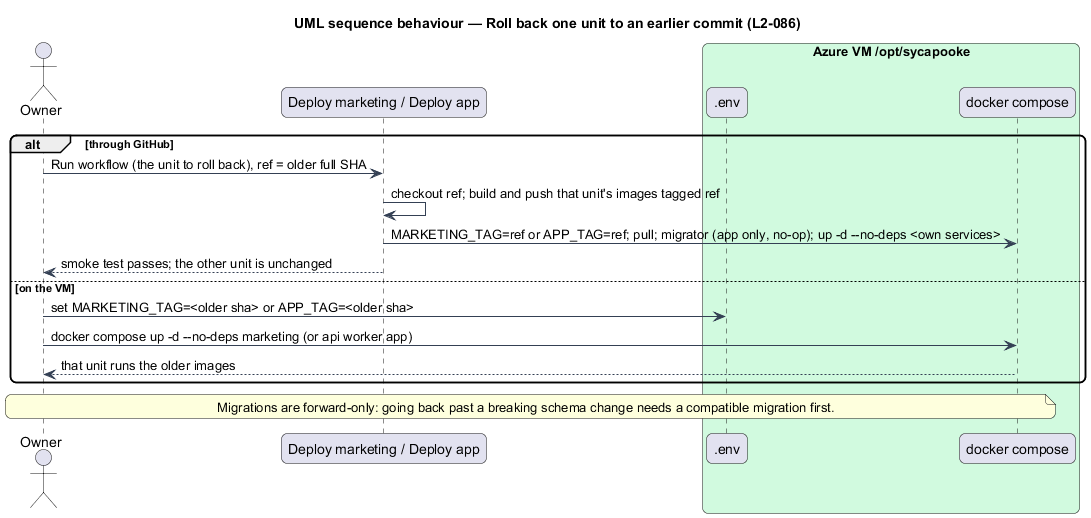
QuinntyneBrown/sycapooke keeps this PlantUML diagram as docs/detailed-designs/platform/deploy-to-production/diagrams/sequence-rollback.png. Above is the earlier version.
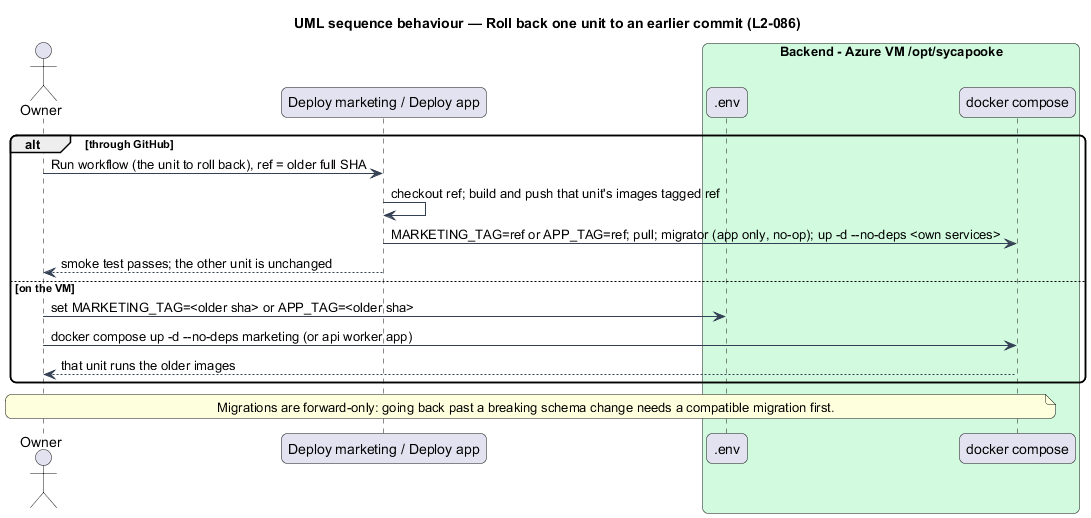
The same file after the commit.

What changed in the source:
```diff
@@ -7,7 +7,7 @@
 skinparam ArrowColor #344054
 actor "Owner" as owner
 participant "Deploy marketing / Deploy app" as deploy
-box "Azure VM /opt/sycapooke" #D1FADF
+box "Backend - Azure VM /opt/sycapooke" #D1FADF
   participant ".env" as env
   participant "docker compose" as compose
 end box
```
